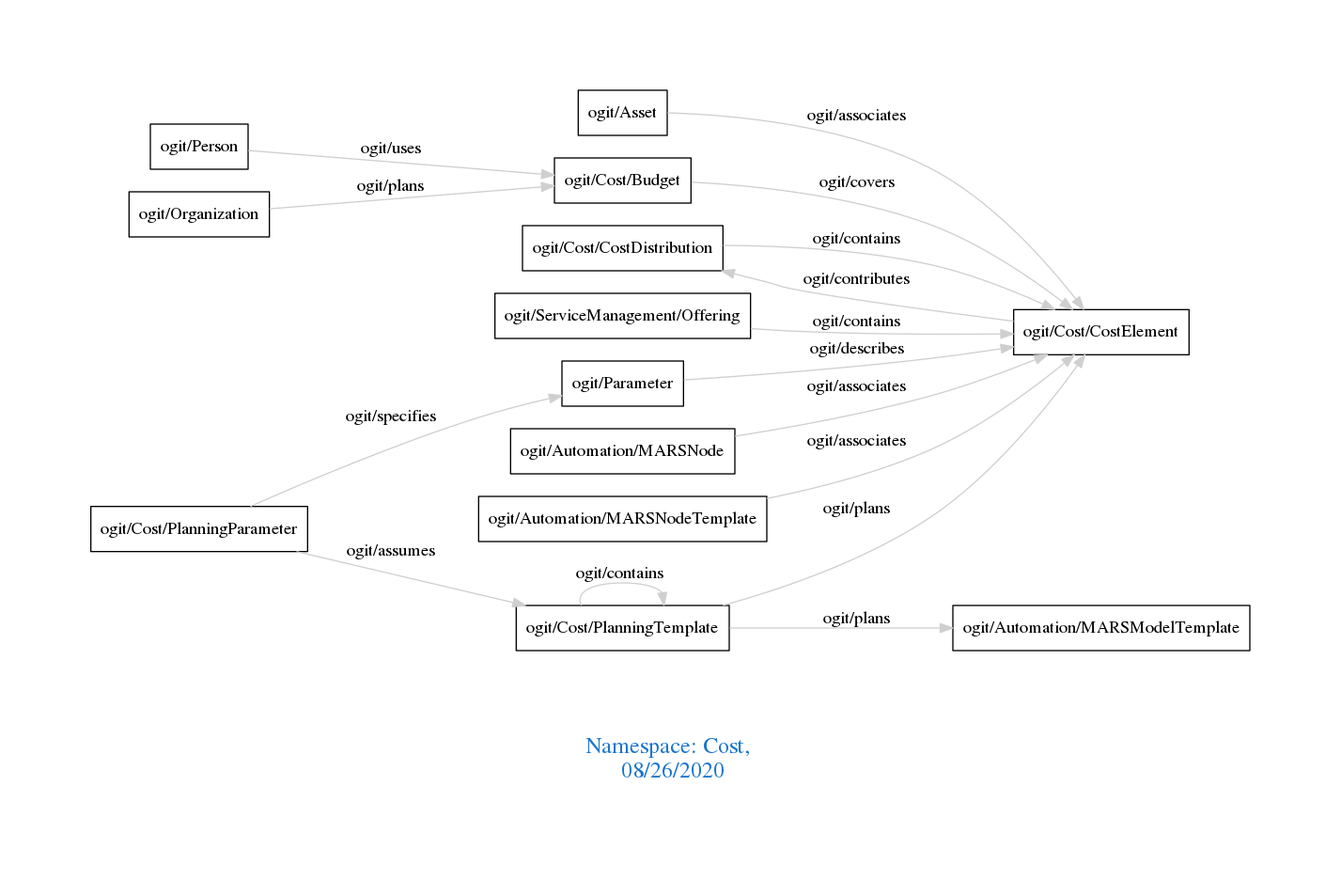
Above: downloads/Cost.png in arago/OGIT (Graphviz), before the change. Its source is kept beside it as downloads/Cost.dot. Source of this version:
```dot
digraph OGIT_ontology {
 graph [ rankdir= LR,pad=1
fontsize = 18,
fontcolor= dodgerblue3,label = "\n\n\nNamespace: Cost, \n 08/26/2020"];
node[shape=polygon];
edge [  color="gray81"];

   "ogit/Cost/CostDistribution" -> "ogit/Cost/CostElement" [label="   ogit/contains    "];
   "ogit/ServiceManagement/Offering" -> "ogit/Cost/CostElement" [label="   ogit/contains    "];
   "ogit/Cost/PlanningParameter" -> "ogit/Parameter" [label="   ogit/specifies    "];
   "ogit/Cost/Budget" -> "ogit/Cost/CostElement" [label="   ogit/covers    "];
   "ogit/Parameter" -> "ogit/Cost/CostElement" [label="   ogit/describes    "];
   "ogit/Cost/CostElement" -> "ogit/Cost/CostDistribution" [label="   ogit/contributes    "];
   "ogit/Automation/MARSNode" -> "ogit/Cost/CostElement" [label="   ogit/associates    "];
   "ogit/Automation/MARSNodeTemplate" -> "ogit/Cost/CostElement" [label="   ogit/associates    "];
   "ogit/Asset" -> "ogit/Cost/CostElement" [label="   ogit/associates    "];
   "ogit/Person" -> "ogit/Cost/Budget" [label="   ogit/uses    "];
   "ogit/Cost/PlanningTemplate" -> "ogit/Automation/MARSModelTemplate" [label="   ogit/plans    "];
   "ogit/Cost/PlanningTemplate" -> "ogit/Cost/CostElement" [label="   ogit/plans    "];
   "ogit/Organization" -> "ogit/Cost/Budget" [label="   ogit/plans    "];
   "ogit/Cost/PlanningParameter" -> "ogit/Cost/PlanningTemplate" [label="   ogit/assumes    "];
   "ogit/Cost/PlanningTemplate" -> "ogit/Cost/PlanningTemplate" [label="   ogit/contains    "];
}
```
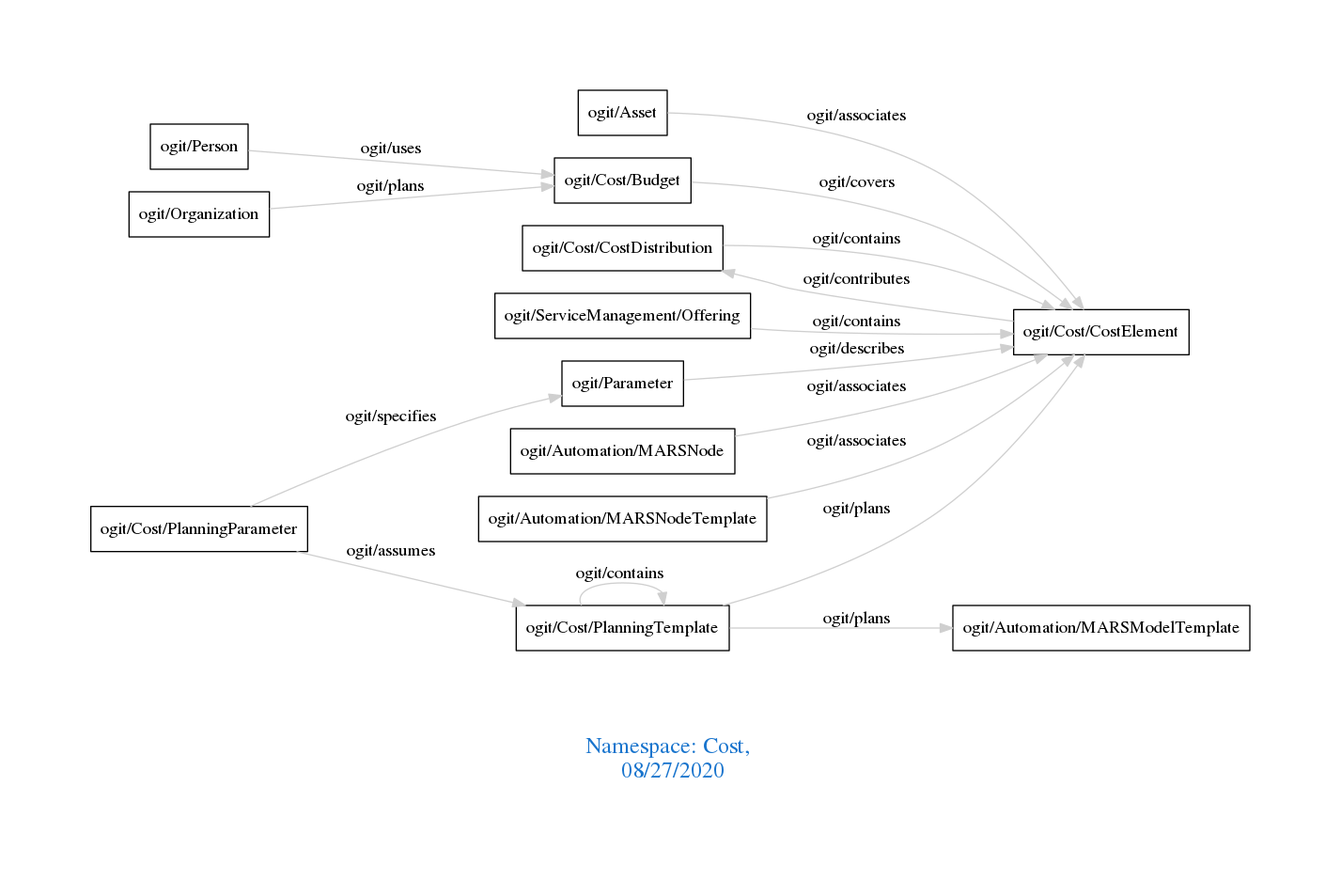
After the commit.

What changed in the source:
```diff
@@ -1,7 +1,7 @@
 digraph OGIT_ontology {
  graph [ rankdir= LR,pad=1
 fontsize = 18,
-fontcolor= dodgerblue3,label = "\n\n\nNamespace: Cost, \n 08/26/2020"];
+fontcolor= dodgerblue3,label = "\n\n\nNamespace: Cost, \n 08/27/2020"];
 node[shape=polygon];
 edge [  color="gray81"];
 
```
